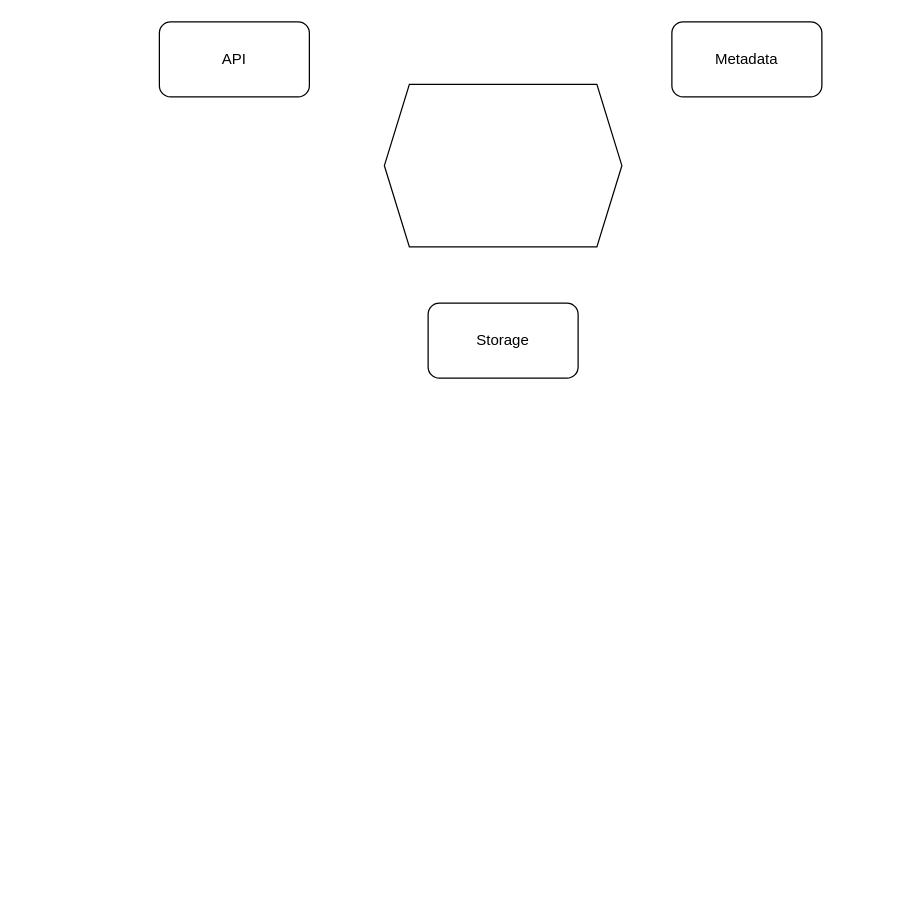
Before: page "Outlook" (1 of 2) of DocumentStorage.drawio in EricMeallier/DocumentStorage, a draw.io diagram. Source tidied: cells renumbered, new cells numbered last; positions are measured from the earlier drawing's top-left corner, leaving out a move shared by most shapes. Both pictures are drawn from the tidied source at 125%, with x=0, y=0 at pixel (159, 21).
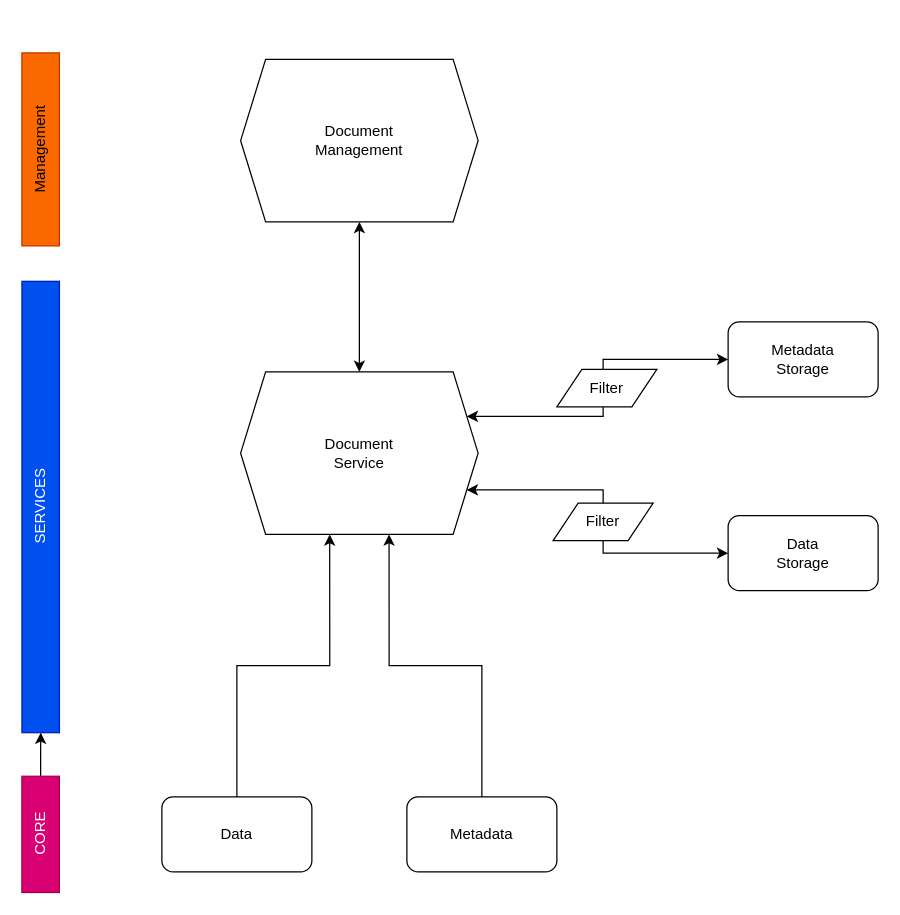
The same diagram, later.

What changed in the source:
```diff
@@
 <mxGraphModel>
   <root>
     <mxCell id="0" />
     <mxCell id="1" parent="0" />
-    <mxCell id="2" style="shape=hexagon;perimeter=hexagonPerimeter2;whiteSpace=wrap;html=1;fixedSize=1;" parent="1" vertex="1">
-      <mxGeometry x="180" y="50" width="190" height="130" as="geometry" />
+    <mxCell id="2" value="Document&lt;br&gt;Service" style="shape=hexagon;perimeter=hexagonPerimeter2;whiteSpace=wrap;html=1;fixedSize=1;" parent="1" vertex="1">
+      <mxGeometry x="65" y="280" width="190" height="130" as="geometry" />
     </mxCell>
+    <mxCell id="6" style="edgeStyle=orthogonalEdgeStyle;rounded=0;jettySize=auto;html=1;entryX=0.375;entryY=1;entryDx=0;entryDy=0;" parent="1" edge="1" source="3" target="2">
+      <mxGeometry relative="1" as="geometry" />
+    </mxCell>
-    <mxCell id="3" value="Metadata" style="rounded=1;whiteSpace=wrap;html=1;" parent="1" vertex="1">
-      <mxGeometry x="410" width="120" height="60" as="geometry" />
+    <mxCell id="3" value="Data" style="rounded=1;whiteSpace=wrap;html=1;" parent="1" vertex="1">
+      <mxGeometry x="2" y="620" width="120" height="60" as="geometry" />
     </mxCell>
-    <mxCell id="4" value="API" style="rounded=1;whiteSpace=wrap;html=1;" parent="1" vertex="1">
-      <mxGeometry width="120" height="60" as="geometry" />
-    </mxCell>
+    <mxCell id="7" style="edgeStyle=orthogonalEdgeStyle;rounded=0;jettySize=auto;html=1;entryX=1;entryY=0.75;entryDx=0;entryDy=0;startArrow=classic;startFill=1;" parent="1" edge="1" source="5" target="2">
+      <mxGeometry relative="1" as="geometry" />
+    </mxCell>
-    <mxCell id="5" value="Storage" style="rounded=1;whiteSpace=wrap;html=1;" parent="1" vertex="1">
-      <mxGeometry x="215" y="225" width="120" height="60" as="geometry" />
+    <mxCell id="5" value="Data&lt;br&gt;Storage" style="rounded=1;whiteSpace=wrap;html=1;" parent="1" vertex="1">
+      <mxGeometry x="455" y="395" width="120" height="60" as="geometry" />
     </mxCell>
+    <mxCell id="8" style="edgeStyle=orthogonalEdgeStyle;rounded=0;jettySize=auto;html=1;entryX=0.625;entryY=1;entryDx=0;entryDy=0;" parent="1" edge="1" source="9" target="2">
+      <mxGeometry relative="1" as="geometry" />
+    </mxCell>
+    <mxCell id="9" value="Metadata" style="rounded=1;whiteSpace=wrap;html=1;" parent="1" vertex="1">
+      <mxGeometry x="198" y="620" width="120" height="60" as="geometry" />
+    </mxCell>
+    <mxCell id="10" style="edgeStyle=orthogonalEdgeStyle;rounded=0;jettySize=auto;html=1;entryX=1;entryY=0.25;entryDx=0;entryDy=0;startArrow=classic;startFill=1;" parent="1" edge="1" source="11" target="2">
+      <mxGeometry relative="1" as="geometry" />
+    </mxCell>
+    <mxCell id="11" value="Metadata&lt;br&gt;Storage" style="rounded=1;whiteSpace=wrap;html=1;" parent="1" vertex="1">
+      <mxGeometry x="455" y="240" width="120" height="60" as="geometry" />
+    </mxCell>
+    <mxCell id="12" style="edgeStyle=orthogonalEdgeStyle;rounded=0;jettySize=auto;html=1;" parent="1" edge="1" source="13" target="14">
+      <mxGeometry relative="1" as="geometry" />
+    </mxCell>
+    <mxCell id="13" value="CORE" style="text;html=1;strokeColor=#A50040;fillColor=#d80073;align=center;verticalAlign=middle;whiteSpace=wrap;rounded=0;rotation=-90;fontColor=#ffffff;" parent="1" vertex="1">
+      <mxGeometry x="-141.5" y="635" width="93" height="30" as="geometry" />
+    </mxCell>
+    <mxCell id="14" value="SERVICES" style="text;html=1;strokeColor=#001DBC;fillColor=#0050ef;align=center;verticalAlign=middle;whiteSpace=wrap;rounded=0;rotation=-90;fontColor=#ffffff;" parent="1" vertex="1">
+      <mxGeometry x="-275.5" y="373.1" width="361.1" height="30" as="geometry" />
+    </mxCell>
+    <mxCell id="15" value="Filter" style="shape=parallelogram;perimeter=parallelogramPerimeter;whiteSpace=wrap;html=1;fixedSize=1;" parent="1" vertex="1">
+      <mxGeometry x="318" y="278" width="80" height="30" as="geometry" />
+    </mxCell>
+    <mxCell id="16" value="Filter" style="shape=parallelogram;perimeter=parallelogramPerimeter;whiteSpace=wrap;html=1;fixedSize=1;" parent="1" vertex="1">
+      <mxGeometry x="315" y="385" width="80" height="30" as="geometry" />
+    </mxCell>
+    <mxCell id="17" style="edgeStyle=orthogonalEdgeStyle;rounded=0;jettySize=auto;html=1;entryX=0.5;entryY=0;entryDx=0;entryDy=0;endArrow=classic;endFill=1;startArrow=classic;startFill=1;" parent="1" edge="1" source="18" target="2">
+      <mxGeometry relative="1" as="geometry" />
+    </mxCell>
+    <mxCell id="18" value="Document&lt;br&gt;Management" style="shape=hexagon;perimeter=hexagonPerimeter2;whiteSpace=wrap;html=1;fixedSize=1;" parent="1" vertex="1">
+      <mxGeometry x="65" y="30" width="190" height="130" as="geometry" />
+    </mxCell>
+    <mxCell id="19" value="Management" style="text;html=1;strokeColor=#C73500;fillColor=#fa6800;align=center;verticalAlign=middle;whiteSpace=wrap;rounded=0;rotation=-90;fontColor=#000000;" parent="1" vertex="1">
+      <mxGeometry x="-172.2" y="87" width="154.4" height="30" as="geometry" />
+    </mxCell>
   </root>
 </mxGraphModel>
```
